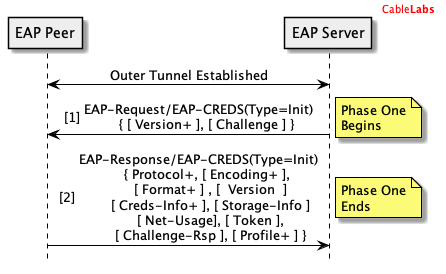
openca/eap-creds keeps this PlantUML diagram as Extras/UML/EAP-CREDS Phase One Flow.png. Above is the earlier version. Source of this version:
```plantuml
@startuml

header
<font color="red">Cable<b>Labs</b></font>
endheader

hide footbox

skinparam sequenceMessageAlign center
skinparam NoteBorderColor black


skinparam sequence {
	borderColor black
	ArrowColor black
	ActorBorderColor black
	ParticipantBorderColor black
	LifeLineBorderColor black
	LifeLineBackgroundColor white
}

Participant "EAP Peer" as P #eee
Participant "EAP Server" as S #eee

P<->S: Outer Tunnel Established

autonumber 1 "[##]"
S->P: EAP-Request/EAP-CREDS(Type=Init)\n    { [ Version+ ], [ Challenge ] }
note right: Phase One\nBegins

P->S: EAP-Response/EAP-CREDS(Type=Init)\n    { Protocol+, [ Encoding+ ],\n      [ Format+ ] , [  Version  ]\n      [ Creds-Info+ ], [ Storage-Info ]\n      [ Net-Usage], [ Token ],\n      [ Challenge-Rsp ], [ Profile+ ] }
note right: Phase One\nEnds

@enduml
```
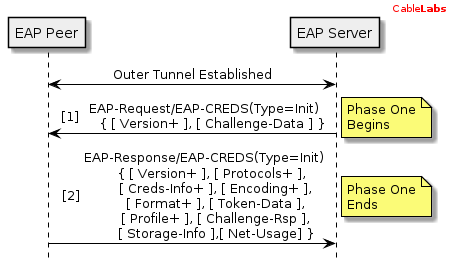
After the commit.

Change to the diagram source:
```diff
@@ -25,10 +25,10 @@
 P<->S: Outer Tunnel Established
 
 autonumber 1 "[##]"
-S->P: EAP-Request/EAP-CREDS(Type=Init)\n    { [ Version+ ], [ Challenge ] }
+S->P: EAP-Request/EAP-CREDS(Type=Init)\n    { [ Version+ ], [ Challenge-Data ] }
 note right: Phase One\nBegins
 
-P->S: EAP-Response/EAP-CREDS(Type=Init)\n    { Protocol+, [ Encoding+ ],\n      [ Format+ ] , [  Version  ]\n      [ Creds-Info+ ], [ Storage-Info ]\n      [ Net-Usage], [ Token ],\n      [ Challenge-Rsp ], [ Profile+ ] }
+P->S: EAP-Response/EAP-CREDS(Type=Init)\n    { [ Version+ ], [ Protocols+ ],\n      [ Creds-Info+ ], [ Encoding+ ],\n      [ Format+ ], [ Token-Data ],\n      [ Profile+ ], [ Challenge-Rsp ],\n      [ Storage-Info ],[ Net-Usage] }
 note right: Phase One\nEnds
 
 @enduml
```
